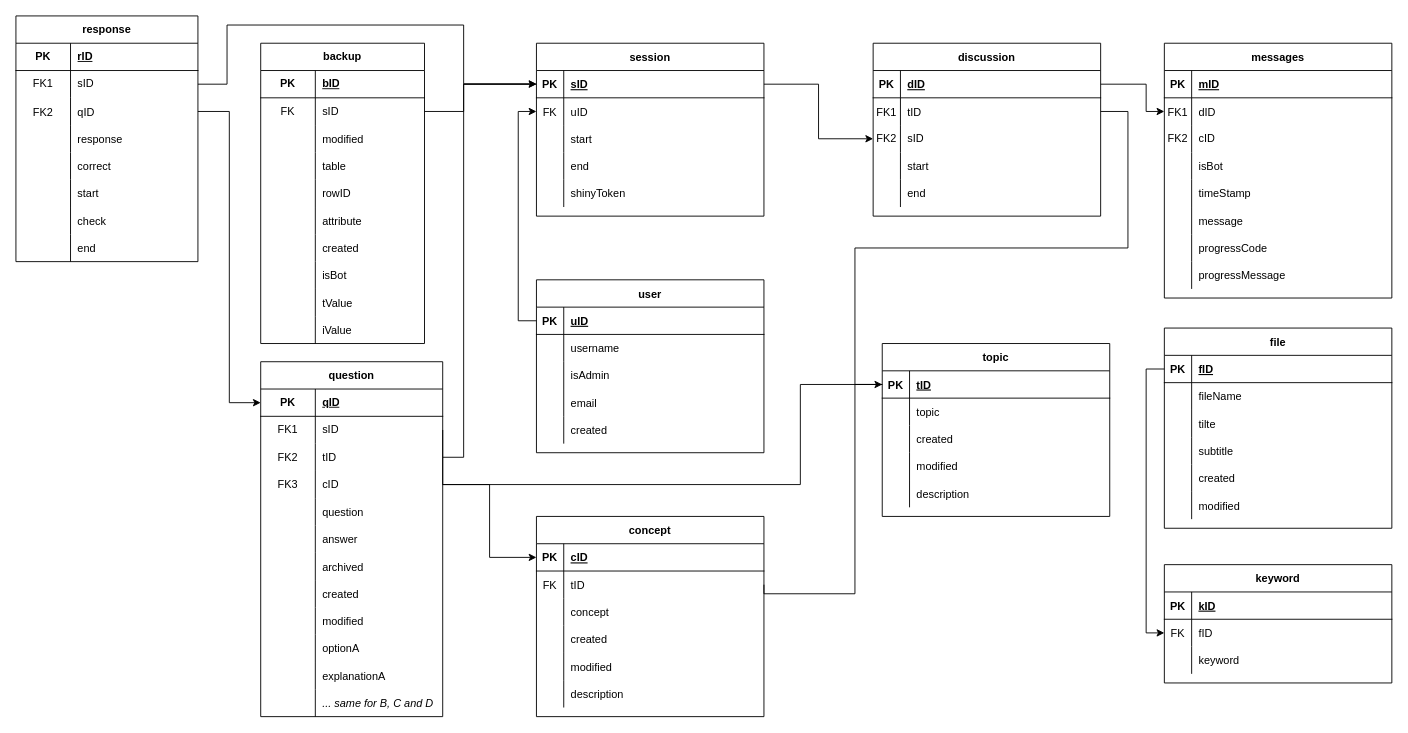
Before: ACCORNS/appDB/schema.drawio in pieterjanvc/HOLLOW-TREE, a draw.io diagram. Source tidied: cells renumbered, new cells numbered last; positions are measured from the earlier drawing's top-left corner, leaving out a move shared by most shapes. Both pictures are drawn from the tidied source at 91%, with x=0, y=0 at pixel (15, 15).
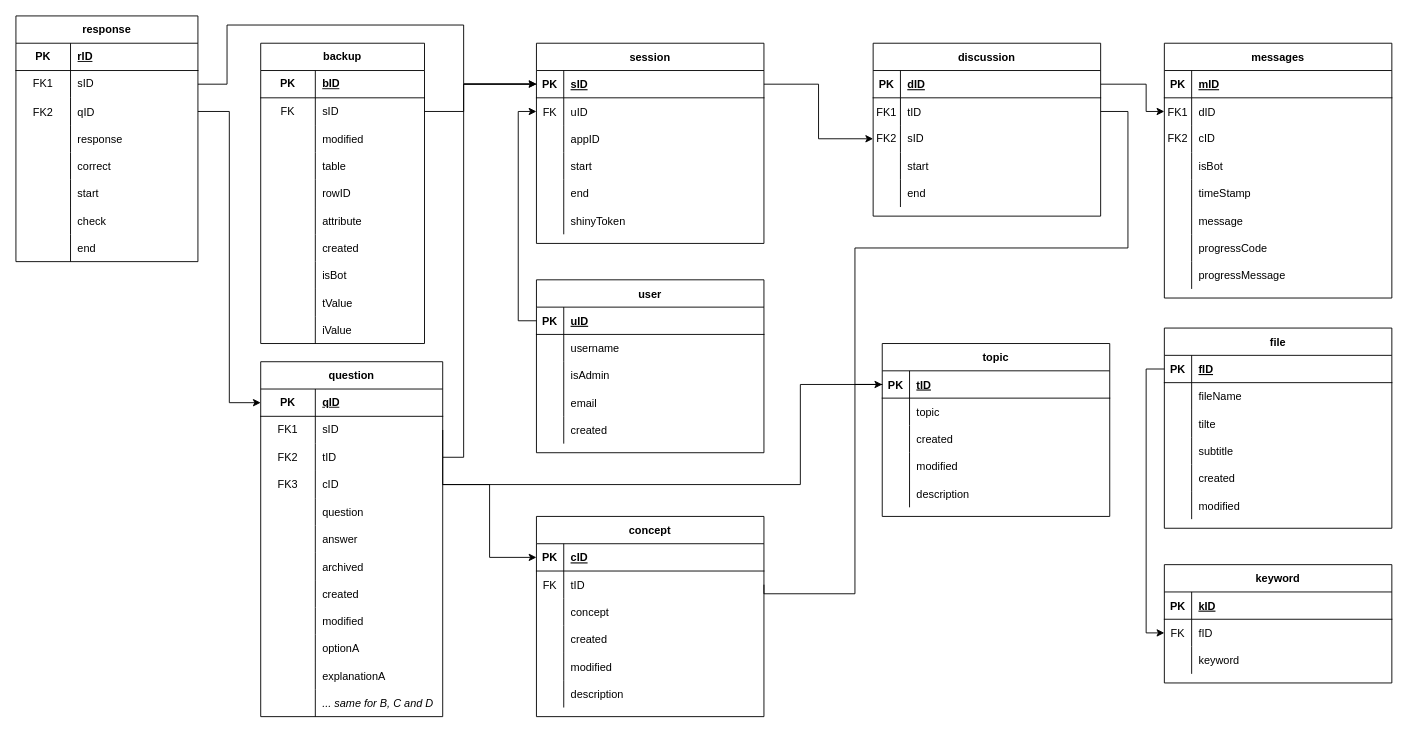
Above is the later version.

The edit, as a diff of the source:
```diff
@@
     <mxCell id="18" value="session" style="shape=table;startSize=30;childLayout=tableLayout;rowLines=0;fontStyle=1;align=center;" parent="1" vertex="1">
-      <mxGeometry x="572" y="30" width="250" height="190" as="geometry" />
+      <mxGeometry x="572" y="30" width="250" height="220" as="geometry" />
     </mxCell>
@@
+    <mxCell id="244" style="shape=tableRow;horizontal=0;startSize=0;swimlaneHead=0;swimlaneBody=0;fillColor=none;top=0;left=0;right=0;bottom=0;" parent="18" vertex="1">
+      <mxGeometry y="90" width="250" height="30" as="geometry" />
+    </mxCell>
+    <mxCell id="245" style="shape=partialRectangle;fillColor=none;top=0;left=0;bottom=0;right=0;overflow=hidden;" parent="244" vertex="1">
+      <mxGeometry width="30" height="30" as="geometry" />
+    </mxCell>
+    <mxCell id="246" value="appID" style="shape=partialRectangle;fillColor=none;top=0;left=0;bottom=0;right=0;align=left;spacingLeft=6;overflow=hidden;" parent="244" vertex="1">
+      <mxGeometry x="30" width="220" height="30" as="geometry" />
+    </mxCell>
     <mxCell id="25" style="shape=partialRectangle;fillColor=none;top=0;left=0;right=0;bottom=0;" parent="18" vertex="1">
-      <mxGeometry y="90" width="250" height="30" as="geometry" />
+      <mxGeometry y="120" width="250" height="30" as="geometry" />
     </mxCell>
@@
     <mxCell id="28" style="shape=tableRow;horizontal=0;startSize=0;swimlaneHead=0;swimlaneBody=0;fillColor=none;top=0;left=0;right=0;bottom=0;" parent="18" vertex="1">
-      <mxGeometry y="120" width="250" height="30" as="geometry" />
+      <mxGeometry y="150" width="250" height="30" as="geometry" />
     </mxCell>
@@
     <mxCell id="31" style="shape=tableRow;horizontal=0;startSize=0;swimlaneHead=0;swimlaneBody=0;fillColor=none;top=0;left=0;right=0;bottom=0;" parent="18" vertex="1">
-      <mxGeometry y="150" width="250" height="30" as="geometry" />
+      <mxGeometry y="180" width="250" height="30" as="geometry" />
     </mxCell>
```
